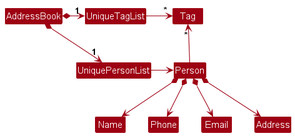
nus-cs2103-AY2425S1/tp keeps this PlantUML diagram as docs/images/BetterModelClassDiagram.png. Above is the earlier version.
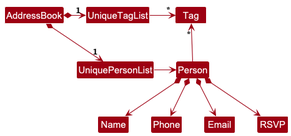
After the commit.

Commit message:
Edit UML diagrams for ModelClassDiagram and BetterModelClassDiagram and descriptions in DG

Diff of the diagram source:
```diff
@@ -17,5 +17,5 @@
 Person *--> Name
 Person *--> Phone
 Person *--> Email
-Person *--> Address
+Person *--> RSVP
 @enduml
```
